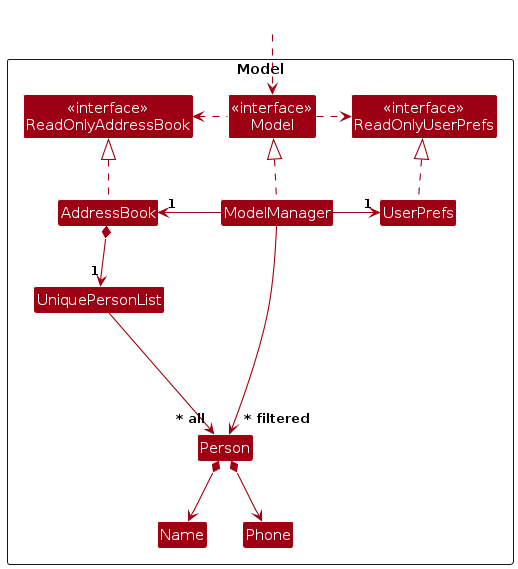
AY2627S1-CS2103T-W13-1/tp keeps this PlantUML diagram as diagrams/ModelClassDiagram.png. Above is the earlier version. Its source is kept beside it as diagrams/ModelClassDiagram.puml.
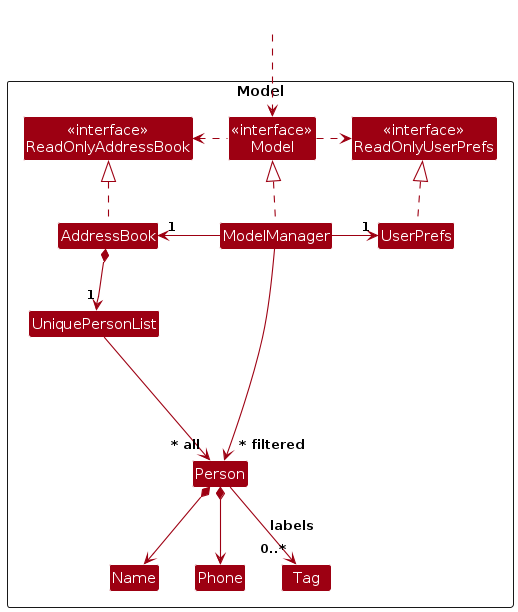
The same diagram one commit later.

What changed in the source:
```diff
@@ -16,6 +16,7 @@
 Class Person
 Class Name
 Class Phone
+Class Tag
 
 Class I #FFFFFF
 }
@@ -36,6 +37,7 @@
 UniquePersonList --> "~* all" Person
 Person *--> Name
 Person *--> Phone
+Person --> "0..*" Tag : labels
 
 Person -[hidden]up--> I
 UniquePersonList -[hidden]right-> I
```
